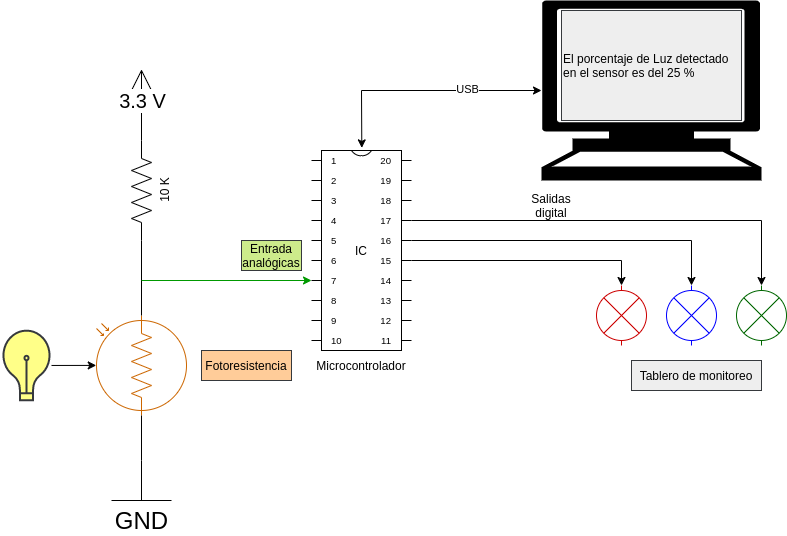
The draw.io diagram desing/t4-adc/adc-esquema.drawio.png in johnnycubides/taller-ing-electronical-UNAL, before a commit. Source tidied: cells renumbered, new cells last; positions are measured from the earlier drawing's top-left corner, leaving out a move shared by most shapes. Its diagram source:
```xml
<mxGraphModel>
  <root>
    <mxCell id="0" />
    <mxCell id="1" parent="0" />
    <mxCell id="2" style="verticalLabelPosition=bottom;shadow=0;dashed=0;align=center;html=1;verticalAlign=top;shape=mxgraph.electrical.opto_electronics.photo_resistor_3;rotation=-90;strokeColor=#CC6600;" parent="1" vertex="1">
      <mxGeometry x="90" y="320" width="100" height="90" as="geometry" />
    </mxCell>
    <mxCell id="3" value="10 K" style="verticalLabelPosition=bottom;shadow=0;dashed=0;align=center;html=1;verticalAlign=top;shape=mxgraph.electrical.resistors.resistor_2;rotation=-90;" parent="1" vertex="1">
      <mxGeometry x="90" y="180" width="100" height="20" as="geometry" />
    </mxCell>
    <mxCell id="4" value="IC" style="shadow=0;dashed=0;align=center;html=1;strokeWidth=1;shape=mxgraph.electrical.logic_gates.dual_inline_ic;labelNames=a,b,c,d,e,f,g,h,i,j,k,l,m,n,o,p,q,r,s,t;whiteSpace=wrap;" parent="1" vertex="1">
      <mxGeometry x="310" y="150" width="100" height="200" as="geometry" />
    </mxCell>
    <mxCell id="5" style="shape=mxgraph.signs.tech.computer;html=1;fillColor=#000000;strokeColor=none;verticalLabelPosition=bottom;verticalAlign=top;align=center;" parent="1" vertex="1">
      <mxGeometry x="540" width="220" height="180" as="geometry" />
    </mxCell>
    <mxCell id="6" value="GND" style="verticalLabelPosition=bottom;shadow=0;dashed=0;align=center;html=1;verticalAlign=top;shape=mxgraph.electrical.signal_sources.vss2;fontSize=24;flipV=1;" parent="1" vertex="1">
      <mxGeometry x="110" y="460" width="60" height="40" as="geometry" />
    </mxCell>
    <mxCell id="7" style="endArrow=none;html=1;rounded=0;entryX=0;entryY=0.5;entryDx=0;entryDy=0;entryPerimeter=0;exitX=1;exitY=0.5;exitDx=0;exitDy=0;exitPerimeter=0;" parent="1" edge="1" source="2" target="3">
      <mxGeometry relative="1" as="geometry" />
    </mxCell>
    <mxCell id="8" style="endArrow=none;html=1;rounded=0;entryX=0;entryY=0.5;entryDx=0;entryDy=0;entryPerimeter=0;exitX=0.5;exitY=1;exitDx=0;exitDy=0;exitPerimeter=0;" parent="1" edge="1" source="6" target="2">
      <mxGeometry relative="1" as="geometry" />
    </mxCell>
    <mxCell id="9" style="endArrow=classic;html=1;rounded=0;entryX=0;entryY=0;entryDx=0;entryDy=130;entryPerimeter=0;fillColor=#cdeb8b;strokeColor=#009900;" parent="1" edge="1" target="4">
      <mxGeometry relative="1" as="geometry">
        <mxPoint x="140" y="280" as="sourcePoint" />
      </mxGeometry>
    </mxCell>
    <mxCell id="10" style="endArrow=classic;startArrow=classic;html=1;rounded=0;entryX=0;entryY=0.5;entryDx=0;entryDy=0;entryPerimeter=0;exitX=0.503;exitY=-0.013;exitDx=0;exitDy=0;exitPerimeter=0;" parent="1" edge="1" source="4" target="5">
      <mxGeometry relative="1" as="geometry">
        <Array as="points">
          <mxPoint x="360" y="90" />
        </Array>
      </mxGeometry>
    </mxCell>
    <mxCell id="11" value="USB" style="edgeLabel;html=1;align=center;verticalAlign=middle;" parent="10" vertex="1">
      <mxGeometry x="0.37" y="2" relative="1" as="geometry" />
    </mxCell>
    <mxCell id="12" style="endArrow=none;html=1;rounded=0;" parent="1" edge="1">
      <mxGeometry relative="1" as="geometry">
        <mxPoint x="130" y="90" as="sourcePoint" />
        <mxPoint x="140" y="70" as="targetPoint" />
      </mxGeometry>
    </mxCell>
    <mxCell id="13" style="endArrow=none;html=1;rounded=0;" parent="1" edge="1">
      <mxGeometry relative="1" as="geometry">
        <mxPoint x="150" y="90" as="sourcePoint" />
        <mxPoint x="140" y="70" as="targetPoint" />
      </mxGeometry>
    </mxCell>
    <mxCell id="14" style="endArrow=none;html=1;rounded=0;" parent="1" edge="1">
      <mxGeometry relative="1" as="geometry">
        <mxPoint x="140" y="70" as="sourcePoint" />
        <mxPoint x="140" y="140" as="targetPoint" />
      </mxGeometry>
    </mxCell>
    <mxCell id="15" value="3.3 V" style="edgeLabel;html=1;align=center;verticalAlign=middle;fontStyle=0;fontSize=20;" parent="14" vertex="1">
      <mxGeometry x="-0.17" relative="1" as="geometry" />
    </mxCell>
    <mxCell id="16" style="html=1;verticalLabelPosition=bottom;align=center;labelBackgroundColor=#ffffff;verticalAlign=top;strokeWidth=2;strokeColor=#36393d;shadow=0;dashed=0;shape=mxgraph.ios7.icons.lightbulb;fillColor=#ffff88;" parent="1" vertex="1">
      <mxGeometry y="330.2" width="50" height="69.7" as="geometry" />
    </mxCell>
    <mxCell id="17" style="endArrow=classic;html=1;rounded=0;entryX=0.501;entryY=-0.003;entryDx=0;entryDy=0;entryPerimeter=0;" parent="1" edge="1" source="16" target="2">
      <mxGeometry relative="1" as="geometry" />
    </mxCell>
    <mxCell id="18" style="verticalLabelPosition=bottom;shadow=0;dashed=0;align=center;html=1;verticalAlign=top;shape=mxgraph.electrical.miscellaneous.light_bulb;rotation=90;strokeColor=#CC0000;" parent="1" vertex="1">
      <mxGeometry x="590" y="290" width="60" height="50" as="geometry" />
    </mxCell>
    <mxCell id="19" style="verticalLabelPosition=bottom;shadow=0;dashed=0;align=center;html=1;verticalAlign=top;shape=mxgraph.electrical.miscellaneous.light_bulb;rotation=90;strokeColor=#006600;" parent="1" vertex="1">
      <mxGeometry x="730" y="290" width="60" height="50" as="geometry" />
    </mxCell>
    <mxCell id="20" style="verticalLabelPosition=bottom;shadow=0;dashed=0;align=center;html=1;verticalAlign=top;shape=mxgraph.electrical.miscellaneous.light_bulb;rotation=90;strokeColor=#0000FF;" parent="1" vertex="1">
      <mxGeometry x="660" y="290" width="60" height="50" as="geometry" />
    </mxCell>
    <mxCell id="21" style="edgeStyle=orthogonalEdgeStyle;rounded=0;jettySize=auto;html=1;exitX=1;exitY=0;exitDx=0;exitDy=110;exitPerimeter=0;entryX=0;entryY=0.5;entryDx=0;entryDy=0;entryPerimeter=0;" parent="1" edge="1" source="4" target="18">
      <mxGeometry relative="1" as="geometry" />
    </mxCell>
    <mxCell id="22" style="edgeStyle=orthogonalEdgeStyle;rounded=0;jettySize=auto;html=1;exitX=1;exitY=0;exitDx=0;exitDy=90;exitPerimeter=0;entryX=0;entryY=0.5;entryDx=0;entryDy=0;entryPerimeter=0;" parent="1" edge="1" source="4" target="20">
      <mxGeometry relative="1" as="geometry" />
    </mxCell>
    <mxCell id="23" style="edgeStyle=orthogonalEdgeStyle;rounded=0;jettySize=auto;html=1;exitX=1;exitY=0;exitDx=0;exitDy=70;exitPerimeter=0;entryX=0;entryY=0.5;entryDx=0;entryDy=0;entryPerimeter=0;" parent="1" edge="1" source="4" target="19">
      <mxGeometry relative="1" as="geometry" />
    </mxCell>
    <mxCell id="24" value="Fotoresistencia" style="text;html=1;strokeColor=#36393d;fillColor=#ffcc99;align=center;verticalAlign=middle;whiteSpace=wrap;rounded=0;" parent="1" vertex="1">
      <mxGeometry x="200" y="350" width="90" height="30" as="geometry" />
    </mxCell>
    <mxCell id="25" value="Tablero de monitoreo" style="text;html=1;strokeColor=#36393d;fillColor=#eeeeee;align=center;verticalAlign=middle;whiteSpace=wrap;rounded=0;" parent="1" vertex="1">
      <mxGeometry x="630" y="360" width="130" height="30" as="geometry" />
    </mxCell>
    <mxCell id="26" value="Entrada analógicas" style="text;html=1;strokeColor=#36393d;fillColor=#cdeb8b;align=center;verticalAlign=middle;whiteSpace=wrap;rounded=0;" parent="1" vertex="1">
      <mxGeometry x="240" y="240" width="60" height="30" as="geometry" />
    </mxCell>
    <mxCell id="27" value="Salidas digital" style="text;html=1;strokeColor=none;fillColor=none;align=center;verticalAlign=middle;whiteSpace=wrap;rounded=0;" parent="1" vertex="1">
      <mxGeometry x="520" y="190" width="60" height="30" as="geometry" />
    </mxCell>
    <mxCell id="28" value="El porcentaje de Luz detectado en el sensor es del 25 %" style="text;html=1;strokeColor=#36393d;fillColor=#eeeeee;align=left;verticalAlign=middle;whiteSpace=wrap;rounded=0;" parent="1" vertex="1">
      <mxGeometry x="560" y="10" width="180" height="110" as="geometry" />
    </mxCell>
    <mxCell id="29" value="Microcontrolador" style="text;html=1;strokeColor=none;fillColor=none;align=center;verticalAlign=middle;whiteSpace=wrap;rounded=0;" parent="1" vertex="1">
      <mxGeometry x="310" y="350" width="100" height="30" as="geometry" />
    </mxCell>
  </root>
</mxGraphModel>
```
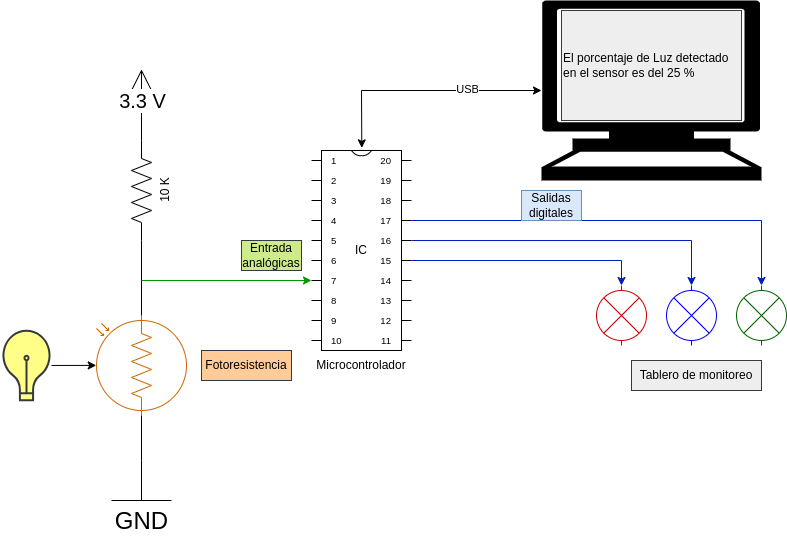
After the change.

Diff of the diagram source:
```diff
@@ -74,13 +74,13 @@
     <mxCell id="20" style="verticalLabelPosition=bottom;shadow=0;dashed=0;align=center;html=1;verticalAlign=top;shape=mxgraph.electrical.miscellaneous.light_bulb;rotation=90;strokeColor=#0000FF;" parent="1" vertex="1">
       <mxGeometry x="660" y="290" width="60" height="50" as="geometry" />
     </mxCell>
-    <mxCell id="21" style="edgeStyle=orthogonalEdgeStyle;rounded=0;jettySize=auto;html=1;exitX=1;exitY=0;exitDx=0;exitDy=110;exitPerimeter=0;entryX=0;entryY=0.5;entryDx=0;entryDy=0;entryPerimeter=0;" parent="1" edge="1" source="4" target="18">
+    <mxCell id="21" style="edgeStyle=orthogonalEdgeStyle;rounded=0;jettySize=auto;html=1;exitX=1;exitY=0;exitDx=0;exitDy=110;exitPerimeter=0;entryX=0;entryY=0.5;entryDx=0;entryDy=0;entryPerimeter=0;fillColor=#0050ef;strokeColor=#001DBC;" parent="1" edge="1" source="4" target="18">
       <mxGeometry relative="1" as="geometry" />
     </mxCell>
-    <mxCell id="22" style="edgeStyle=orthogonalEdgeStyle;rounded=0;jettySize=auto;html=1;exitX=1;exitY=0;exitDx=0;exitDy=90;exitPerimeter=0;entryX=0;entryY=0.5;entryDx=0;entryDy=0;entryPerimeter=0;" parent="1" edge="1" source="4" target="20">
+    <mxCell id="22" style="edgeStyle=orthogonalEdgeStyle;rounded=0;jettySize=auto;html=1;exitX=1;exitY=0;exitDx=0;exitDy=90;exitPerimeter=0;entryX=0;entryY=0.5;entryDx=0;entryDy=0;entryPerimeter=0;fillColor=#0050ef;strokeColor=#001DBC;" parent="1" edge="1" source="4" target="20">
       <mxGeometry relative="1" as="geometry" />
     </mxCell>
-    <mxCell id="23" style="edgeStyle=orthogonalEdgeStyle;rounded=0;jettySize=auto;html=1;exitX=1;exitY=0;exitDx=0;exitDy=70;exitPerimeter=0;entryX=0;entryY=0.5;entryDx=0;entryDy=0;entryPerimeter=0;" parent="1" edge="1" source="4" target="19">
+    <mxCell id="23" style="edgeStyle=orthogonalEdgeStyle;rounded=0;jettySize=auto;html=1;exitX=1;exitY=0;exitDx=0;exitDy=70;exitPerimeter=0;entryX=0;entryY=0.5;entryDx=0;entryDy=0;entryPerimeter=0;fillColor=#0050ef;strokeColor=#001DBC;" parent="1" edge="1" source="4" target="19">
       <mxGeometry relative="1" as="geometry" />
     </mxCell>
     <mxCell id="24" value="Fotoresistencia" style="text;html=1;strokeColor=#36393d;fillColor=#ffcc99;align=center;verticalAlign=middle;whiteSpace=wrap;rounded=0;" parent="1" vertex="1">
@@ -92,7 +92,7 @@
     <mxCell id="26" value="Entrada analógicas" style="text;html=1;strokeColor=#36393d;fillColor=#cdeb8b;align=center;verticalAlign=middle;whiteSpace=wrap;rounded=0;" parent="1" vertex="1">
       <mxGeometry x="240" y="240" width="60" height="30" as="geometry" />
     </mxCell>
-    <mxCell id="27" value="Salidas digital" style="text;html=1;strokeColor=none;fillColor=none;align=center;verticalAlign=middle;whiteSpace=wrap;rounded=0;" parent="1" vertex="1">
+    <mxCell id="27" value="Salidas digitales" style="text;html=1;strokeColor=#6c8ebf;fillColor=#dae8fc;align=center;verticalAlign=middle;whiteSpace=wrap;rounded=0;" parent="1" vertex="1">
       <mxGeometry x="520" y="190" width="60" height="30" as="geometry" />
     </mxCell>
     <mxCell id="28" value="El porcentaje de Luz detectado en el sensor es del 25 %" style="text;html=1;strokeColor=#36393d;fillColor=#eeeeee;align=left;verticalAlign=middle;whiteSpace=wrap;rounded=0;" parent="1" vertex="1">
```
